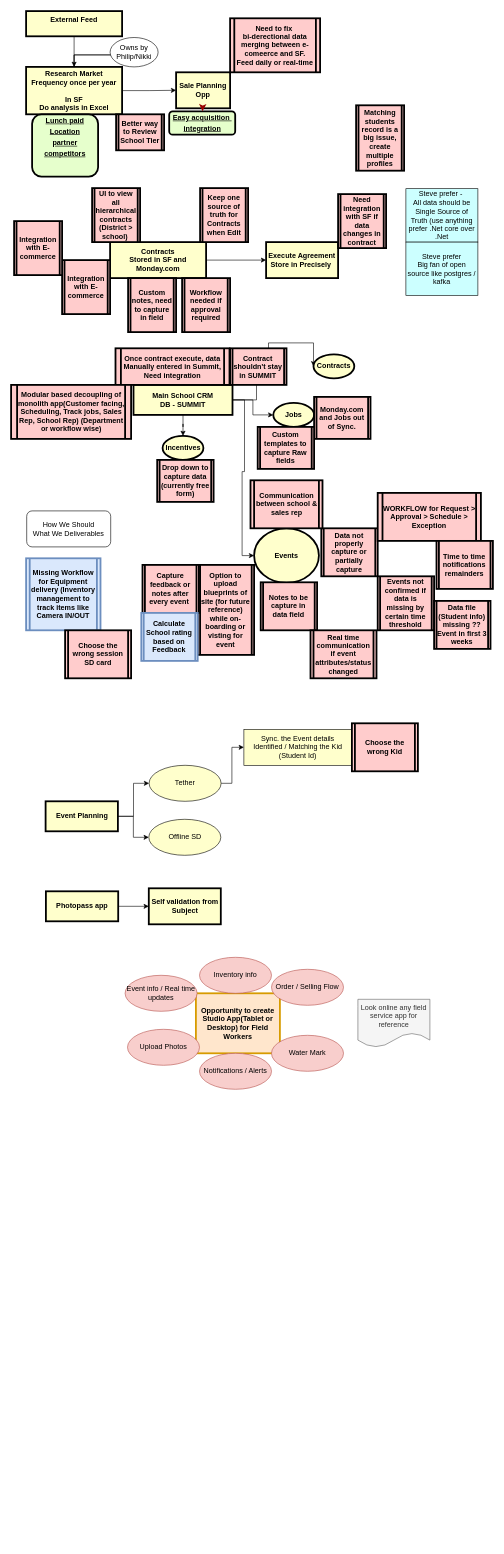
Earlier version of the draw.io diagram flow1.drawio (ai-next-zen/diagrams). Source tidied: cells renumbered, new cells numbered last; positions are measured from the earlier drawing's top-left corner, leaving out a move shared by most shapes. Both pictures are drawn from the tidied source at 60%, with x=0, y=0 at pixel (11, 11).
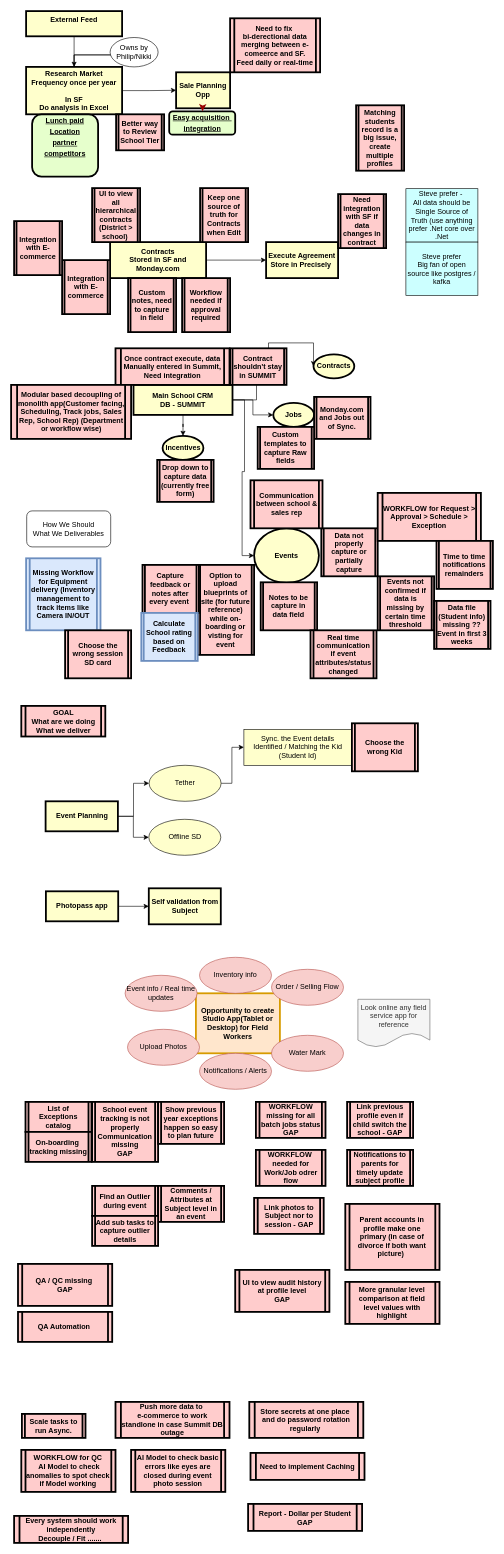
Above is the later version.

What changed in the source:
```diff
@@
+    <mxCell id="76" value="List of Exceptions&#10;catalog" style="shape=process;whiteSpace=wrap;align=center;verticalAlign=middle;size=0.0475;fontStyle=1;strokeWidth=3;fillColor=#FFCCCC;" parent="1" vertex="1">
+      <mxGeometry x="24" y="1818" width="110" height="50" as="geometry" />
+    </mxCell>
+    <mxCell id="77" value="On-boarding &#10;tracking missing" style="shape=process;whiteSpace=wrap;align=center;verticalAlign=middle;size=0.0475;fontStyle=1;strokeWidth=3;fillColor=#FFCCCC;" parent="1" vertex="1">
+      <mxGeometry x="24" y="1868" width="110" height="50" as="geometry" />
+    </mxCell>
+    <mxCell id="78" value="School event tracking is not properly&#10;Communication missing&#10;GAP" style="shape=process;whiteSpace=wrap;align=center;verticalAlign=middle;size=0.0475;fontStyle=1;strokeWidth=3;fillColor=#FFCCCC;" parent="1" vertex="1">
+      <mxGeometry x="135" y="1818" width="110" height="100" as="geometry" />
+    </mxCell>
+    <mxCell id="79" value="Show previous year exceptions happen so easy to plan future" style="shape=process;whiteSpace=wrap;align=center;verticalAlign=middle;size=0.0475;fontStyle=1;strokeWidth=3;fillColor=#FFCCCC;" parent="1" vertex="1">
+      <mxGeometry x="245" y="1818" width="110" height="70" as="geometry" />
+    </mxCell>
+    <mxCell id="80" value="GOAL&#10;What are we doing&#10;What we deliver" style="shape=process;whiteSpace=wrap;align=center;verticalAlign=middle;size=0.0475;fontStyle=1;strokeWidth=3;fillColor=#FFCCCC;" parent="1" vertex="1">
+      <mxGeometry x="17" y="1158" width="140" height="51" as="geometry" />
+    </mxCell>
+    <mxCell id="81" value="Find an Outlier during event" style="shape=process;whiteSpace=wrap;align=center;verticalAlign=middle;size=0.0475;fontStyle=1;strokeWidth=3;fillColor=#FFCCCC;" parent="1" vertex="1">
+      <mxGeometry x="135" y="1958" width="110" height="50" as="geometry" />
+    </mxCell>
+    <mxCell id="82" value="Comments / Attributes at Subject level in an event" style="shape=process;whiteSpace=wrap;align=center;verticalAlign=middle;size=0.0475;fontStyle=1;strokeWidth=3;fillColor=#FFCCCC;" parent="1" vertex="1">
+      <mxGeometry x="245" y="1958" width="110" height="60" as="geometry" />
+    </mxCell>
+    <mxCell id="83" value="Add sub tasks to capture outlier details" style="shape=process;whiteSpace=wrap;align=center;verticalAlign=middle;size=0.0475;fontStyle=1;strokeWidth=3;fillColor=#FFCCCC;" parent="1" vertex="1">
+      <mxGeometry x="135" y="2008" width="110" height="50" as="geometry" />
+    </mxCell>
+    <mxCell id="84" value="WORKFLOW missing for all batch jobs status&#10;GAP" style="shape=process;whiteSpace=wrap;align=center;verticalAlign=middle;size=0.0475;fontStyle=1;strokeWidth=3;fillColor=#FFCCCC;" parent="1" vertex="1">
+      <mxGeometry x="408" y="1818" width="116" height="60" as="geometry" />
+    </mxCell>
+    <mxCell id="85" value="WORKFLOW &#10;needed for Work/Job odrer flow" style="shape=process;whiteSpace=wrap;align=center;verticalAlign=middle;size=0.0475;fontStyle=1;strokeWidth=3;fillColor=#FFCCCC;" parent="1" vertex="1">
+      <mxGeometry x="408" y="1898" width="116" height="60" as="geometry" />
+    </mxCell>
+    <mxCell id="86" value="Link previous profile even if child switch the school - GAP" style="shape=process;whiteSpace=wrap;align=center;verticalAlign=middle;size=0.0475;fontStyle=1;strokeWidth=3;fillColor=#FFCCCC;" parent="1" vertex="1">
+      <mxGeometry x="560" y="1818" width="110" height="60" as="geometry" />
+    </mxCell>
+    <mxCell id="87" value="Notifications to parents for timely update subject profile" style="shape=process;whiteSpace=wrap;align=center;verticalAlign=middle;size=0.0475;fontStyle=1;strokeWidth=3;fillColor=#FFCCCC;" parent="1" vertex="1">
+      <mxGeometry x="560" y="1898" width="110" height="60" as="geometry" />
+    </mxCell>
+    <mxCell id="88" value="Link photos to Subject nor to session - GAP" style="shape=process;whiteSpace=wrap;align=center;verticalAlign=middle;size=0.0475;fontStyle=1;strokeWidth=3;fillColor=#FFCCCC;" parent="1" vertex="1">
+      <mxGeometry x="405" y="1978" width="116" height="60" as="geometry" />
+    </mxCell>
+    <mxCell id="89" value="Parent accounts in profile make one primary (in case of divorce if both want picture) " style="shape=process;whiteSpace=wrap;align=center;verticalAlign=middle;size=0.0475;fontStyle=1;strokeWidth=3;fillColor=#FFCCCC;" parent="1" vertex="1">
+      <mxGeometry x="557" y="1988" width="157" height="110" as="geometry" />
+    </mxCell>
+    <mxCell id="90" value="More granular level comparison at field level values with highlight" style="shape=process;whiteSpace=wrap;align=center;verticalAlign=middle;size=0.0475;fontStyle=1;strokeWidth=3;fillColor=#FFCCCC;" parent="1" vertex="1">
+      <mxGeometry x="557" y="2118" width="157" height="70" as="geometry" />
+    </mxCell>
+    <mxCell id="91" value="UI to view audit history at profile level&#10;GAP" style="shape=process;whiteSpace=wrap;align=center;verticalAlign=middle;size=0.0475;fontStyle=1;strokeWidth=3;fillColor=#FFCCCC;" parent="1" vertex="1">
+      <mxGeometry x="373.5" y="2098" width="157" height="70" as="geometry" />
+    </mxCell>
+    <mxCell id="92" value="QA / QC missing &#10;GAP" style="shape=process;whiteSpace=wrap;align=center;verticalAlign=middle;size=0.0475;fontStyle=1;strokeWidth=3;fillColor=#FFCCCC;" parent="1" vertex="1">
+      <mxGeometry x="11.5" y="2088" width="157" height="70" as="geometry" />
+    </mxCell>
+    <mxCell id="93" value="Scale tasks to run Async." style="shape=process;whiteSpace=wrap;align=center;verticalAlign=middle;size=0.0475;fontStyle=1;strokeWidth=3;fillColor=#FFCCCC;" parent="1" vertex="1">
+      <mxGeometry x="18" y="2338" width="106" height="40" as="geometry" />
+    </mxCell>
+    <mxCell id="94" value="WORKFLOW for QC&#10; AI Model to check anomalies to spot check if Model working" style="shape=process;whiteSpace=wrap;align=center;verticalAlign=middle;size=0.0475;fontStyle=1;strokeWidth=3;fillColor=#FFCCCC;" parent="1" vertex="1">
+      <mxGeometry x="17" y="2398" width="157" height="70" as="geometry" />
+    </mxCell>
+    <mxCell id="95" value="AI Model to check basic errors like eyes are closed during event photo session" style="shape=process;whiteSpace=wrap;align=center;verticalAlign=middle;size=0.0475;fontStyle=1;strokeWidth=3;fillColor=#FFCCCC;" parent="1" vertex="1">
+      <mxGeometry x="200" y="2398" width="157" height="70" as="geometry" />
+    </mxCell>
+    <mxCell id="96" value="Push more data to &#10;e-commerce to work standlone in case Summit DB outage" style="shape=process;whiteSpace=wrap;align=center;verticalAlign=middle;size=0.0475;fontStyle=1;strokeWidth=3;fillColor=#FFCCCC;" parent="1" vertex="1">
+      <mxGeometry x="174" y="2318" width="190" height="60" as="geometry" />
+    </mxCell>
+    <mxCell id="97" value="QA Automation " style="shape=process;whiteSpace=wrap;align=center;verticalAlign=middle;size=0.0475;fontStyle=1;strokeWidth=3;fillColor=#FFCCCC;" parent="1" vertex="1">
+      <mxGeometry x="11.5" y="2168" width="157" height="50" as="geometry" />
+    </mxCell>
+    <mxCell id="98" value="Store secrets at one place &#10;and do password rotation regularly " style="shape=process;whiteSpace=wrap;align=center;verticalAlign=middle;size=0.0475;fontStyle=1;strokeWidth=3;fillColor=#FFCCCC;" parent="1" vertex="1">
+      <mxGeometry x="397" y="2318" width="190" height="60" as="geometry" />
+    </mxCell>
+    <mxCell id="99" value="Need to implement Caching" style="shape=process;whiteSpace=wrap;align=center;verticalAlign=middle;size=0.0475;fontStyle=1;strokeWidth=3;fillColor=#FFCCCC;" parent="1" vertex="1">
+      <mxGeometry x="399" y="2403" width="190" height="45" as="geometry" />
+    </mxCell>
+    <mxCell id="100" value="Report - Dollar per Student&#10;GAP" style="shape=process;whiteSpace=wrap;align=center;verticalAlign=middle;size=0.0475;fontStyle=1;strokeWidth=3;fillColor=#FFCCCC;" parent="1" vertex="1">
+      <mxGeometry x="395" y="2488" width="190" height="45" as="geometry" />
+    </mxCell>
+    <mxCell id="101" value="Every system should work independently&#10;Decouple / Fit ....... " style="shape=process;whiteSpace=wrap;align=center;verticalAlign=middle;size=0.0475;fontStyle=1;strokeWidth=3;fillColor=#FFCCCC;" parent="1" vertex="1">
+      <mxGeometry x="5" y="2508" width="190" height="45" as="geometry" />
+    </mxCell>
```
